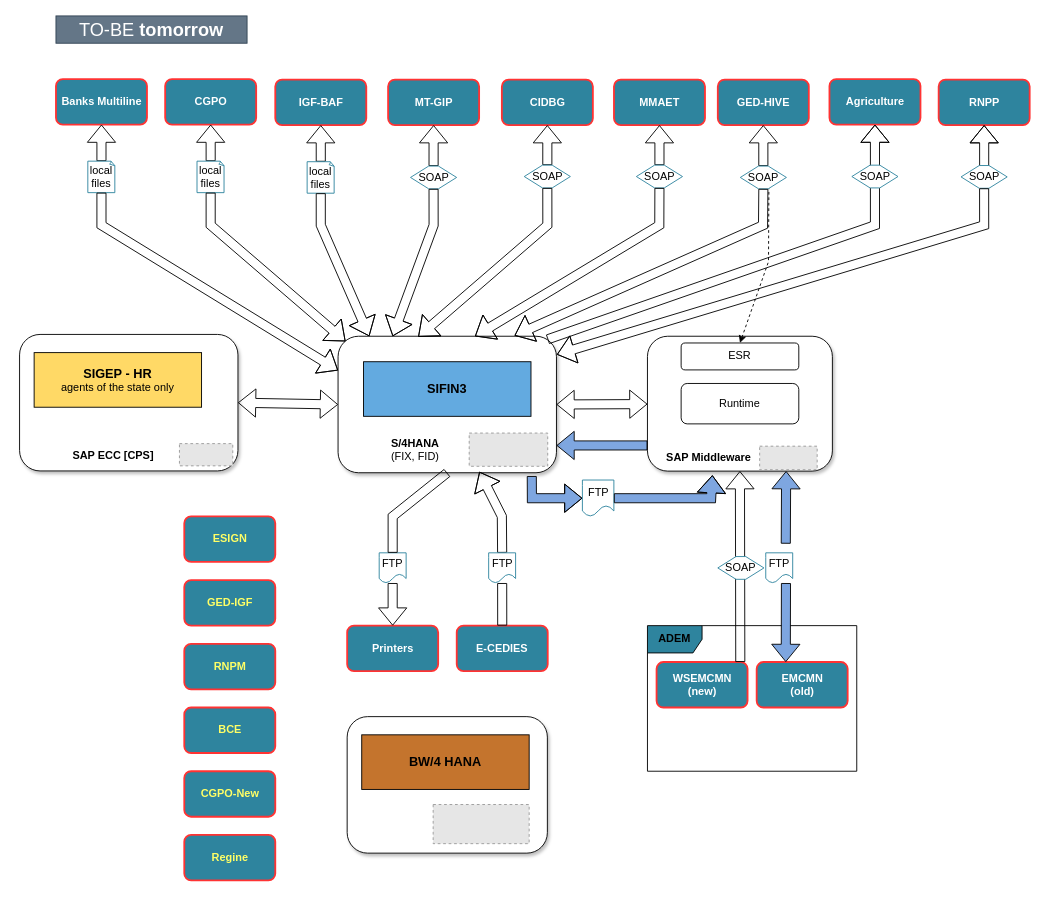
Above: page "ToBE-Old" (6 of 6) of my_diagram.drawio in efelman/my_diagrams (draw.io), before the change. Source tidied: cells renumbered, new cells numbered last; positions are measured from the earlier drawing's top-left corner, leaving out a move shared by most shapes. Both pictures are drawn from the tidied source at 91%, with x=0, y=0 at pixel (19, 15). Pictures stored in the file or linked from it are replaced by grey dashed boxes.
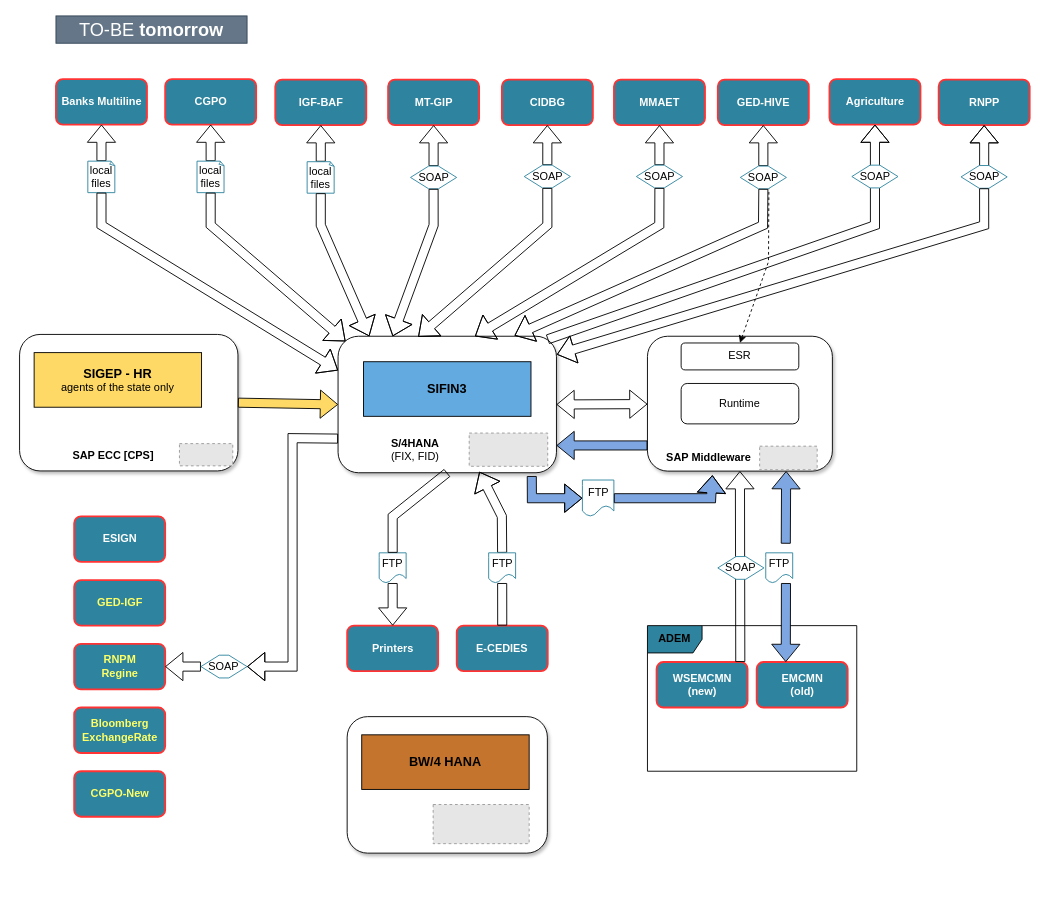
The same diagram, later.

Unchanged cells that the change refers to:
```xml
<mxCell id="13" style="rounded=1;whiteSpace=wrap;html=1;shadow=1;glass=0;sketch=0;" parent="12" vertex="1">
  <mxGeometry width="240" height="150" as="geometry" />
</mxCell>
<mxCell id="74" style="rounded=1;whiteSpace=wrap;html=1;shadow=1;glass=0;sketch=0;" parent="73" vertex="1">
  <mxGeometry width="240" height="150" as="geometry" />
</mxCell>
```

The edit, as a diff of the source:
```diff
@@
-    <mxCell id="78" style="shape=flexArrow;endArrow=classic;startArrow=classic;html=1;rounded=0;shadow=0;sketch=0;fontSize=12;fontColor=#0A0A0A;strokeColor=default;fillColor=none;entryX=0;entryY=0.5;entryDx=0;entryDy=0;exitX=1;exitY=0.5;exitDx=0;exitDy=0;" parent="1" edge="1" source="74" target="13">
-      <mxGeometry relative="1" as="geometry" />
-    </mxCell>
-    <mxCell id="79" value="&lt;font color=&quot;#ffff66&quot;&gt;ESIGN&lt;/font&gt;" style="dashed=0;html=1;rounded=1;fillColor=#2E849E;strokeColor=#FF3333;fontSize=12;align=center;fontStyle=1;strokeWidth=2;fontColor=#F01136;" parent="1" vertex="1">
-      <mxGeometry x="181" y="550" width="100" height="50" as="geometry" />
+    <mxCell id="79" value="&lt;font color=&quot;#ffffff&quot;&gt;ESIGN&lt;/font&gt;" style="dashed=0;html=1;rounded=1;fillColor=#2E849E;strokeColor=#FF3333;fontSize=12;align=center;fontStyle=1;strokeWidth=2;fontColor=#F01136;" parent="1" vertex="1">
+      <mxGeometry x="60" y="550" width="100" height="50" as="geometry" />
     </mxCell>
     <mxCell id="80" value="&lt;font color=&quot;#ffff66&quot;&gt;GED-IGF&lt;/font&gt;" style="dashed=0;html=1;rounded=1;fillColor=#2E849E;strokeColor=#FF3333;fontSize=12;align=center;fontStyle=1;strokeWidth=2;fontColor=#F01136;" parent="1" vertex="1">
-      <mxGeometry x="181" y="620" width="100" height="50" as="geometry" />
+      <mxGeometry x="60" y="620" width="100" height="50" as="geometry" />
     </mxCell>
-    <mxCell id="81" value="&lt;font color=&quot;#ffff66&quot;&gt;RNPM&lt;/font&gt;" style="dashed=0;html=1;rounded=1;fillColor=#2E849E;strokeColor=#FF3333;fontSize=12;align=center;fontStyle=1;strokeWidth=2;fontColor=#F01136;" parent="1" vertex="1">
-      <mxGeometry x="181" y="690" width="100" height="50" as="geometry" />
+    <mxCell id="81" value="&lt;font color=&quot;#ffff66&quot;&gt;RNPM&lt;br&gt;Regine&lt;br&gt;&lt;/font&gt;" style="dashed=0;html=1;rounded=1;fillColor=#2E849E;strokeColor=#FF3333;fontSize=12;align=center;fontStyle=1;strokeWidth=2;fontColor=#F01136;" parent="1" vertex="1">
+      <mxGeometry x="60" y="690" width="100" height="50" as="geometry" />
     </mxCell>
-    <mxCell id="82" value="&lt;font color=&quot;#ffff66&quot;&gt;BCE&lt;/font&gt;" style="dashed=0;html=1;rounded=1;fillColor=#2E849E;strokeColor=#FF3333;fontSize=12;align=center;fontStyle=1;strokeWidth=2;fontColor=#F01136;" parent="1" vertex="1">
-      <mxGeometry x="181" y="760" width="100" height="50" as="geometry" />
+    <mxCell id="82" value="&lt;font color=&quot;#ffff66&quot;&gt;Bloomberg&lt;br&gt;ExchangeRate&lt;br&gt;&lt;/font&gt;" style="dashed=0;html=1;rounded=1;fillColor=#2E849E;strokeColor=#FF3333;fontSize=12;align=center;fontStyle=1;strokeWidth=2;fontColor=#F01136;" parent="1" vertex="1">
+      <mxGeometry x="60" y="760" width="100" height="50" as="geometry" />
     </mxCell>
     <mxCell id="83" value="&lt;font color=&quot;#ffff66&quot;&gt;CGPO-New&lt;/font&gt;" style="dashed=0;html=1;rounded=1;fillColor=#2E849E;strokeColor=#FF3333;fontSize=12;align=center;fontStyle=1;strokeWidth=2;fontColor=#F01136;" parent="1" vertex="1">
-      <mxGeometry x="181" y="830" width="100" height="50" as="geometry" />
+      <mxGeometry x="60" y="830" width="100" height="50" as="geometry" />
     </mxCell>
-    <mxCell id="84" value="&lt;font color=&quot;#ffff66&quot;&gt;Regine&lt;/font&gt;" style="dashed=0;html=1;rounded=1;fillColor=#2E849E;strokeColor=#FF3333;fontSize=12;align=center;fontStyle=1;strokeWidth=2;fontColor=#F01136;" parent="1" vertex="1">
-      <mxGeometry x="181" y="900" width="100" height="50" as="geometry" />
-    </mxCell>
@@
+    <mxCell id="88" style="shape=flexArrow;endArrow=classic;startArrow=none;html=1;rounded=0;fontColor=#FFFFFF;entryX=1;entryY=0.5;entryDx=0;entryDy=0;" parent="1" edge="1" source="89" target="81">
+      <mxGeometry relative="1" as="geometry" />
+    </mxCell>
+    <mxCell id="89" value="SOAP" style="shape=hexagon;perimeter=hexagonPerimeter2;whiteSpace=wrap;html=1;fixedSize=1;strokeColor=#2E849E;" parent="1" vertex="1">
+      <mxGeometry x="199.3" y="702.5" width="50.7" height="25" as="geometry" />
+    </mxCell>
+    <mxCell id="90" style="shape=flexArrow;endArrow=none;startArrow=classic;html=1;rounded=0;fontColor=#FFFFFF;exitX=1;exitY=0.5;exitDx=0;exitDy=0;entryX=0;entryY=0.75;entryDx=0;entryDy=0;" parent="1" edge="1" source="89" target="13">
+      <mxGeometry relative="1" as="geometry">
+        <Array as="points">
+          <mxPoint x="300" y="715" />
+          <mxPoint x="300" y="464" />
+        </Array>
+      </mxGeometry>
+    </mxCell>
+    <mxCell id="78" style="shape=flexArrow;endArrow=classic;html=1;rounded=0;fontSize=14;fontColor=#FFFFFF;fillColor=#FFD966;entryX=0;entryY=0.5;entryDx=0;entryDy=0;exitX=1;exitY=0.5;exitDx=0;exitDy=0;" parent="1" edge="1" source="74" target="13">
+      <mxGeometry relative="1" as="geometry" />
+    </mxCell>
```
